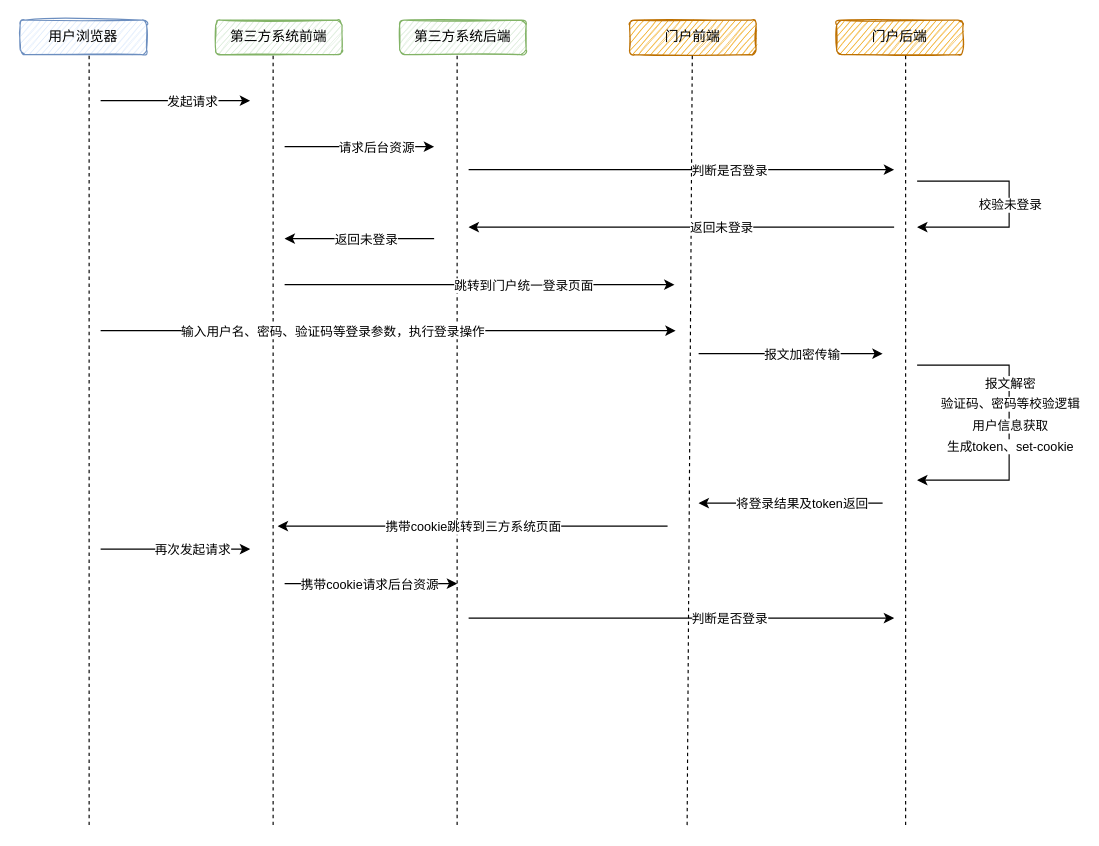
Earlier version of the draw.io diagram 单点登录流程oauth2.drawio (Aias00/drawio). Source tidied: cells renumbered, new cells numbered last; positions are measured from the earlier drawing's top-left corner, leaving out a move shared by most shapes. Both pictures are drawn from the tidied source at 115%, with x=0, y=0 at pixel (20, 20).
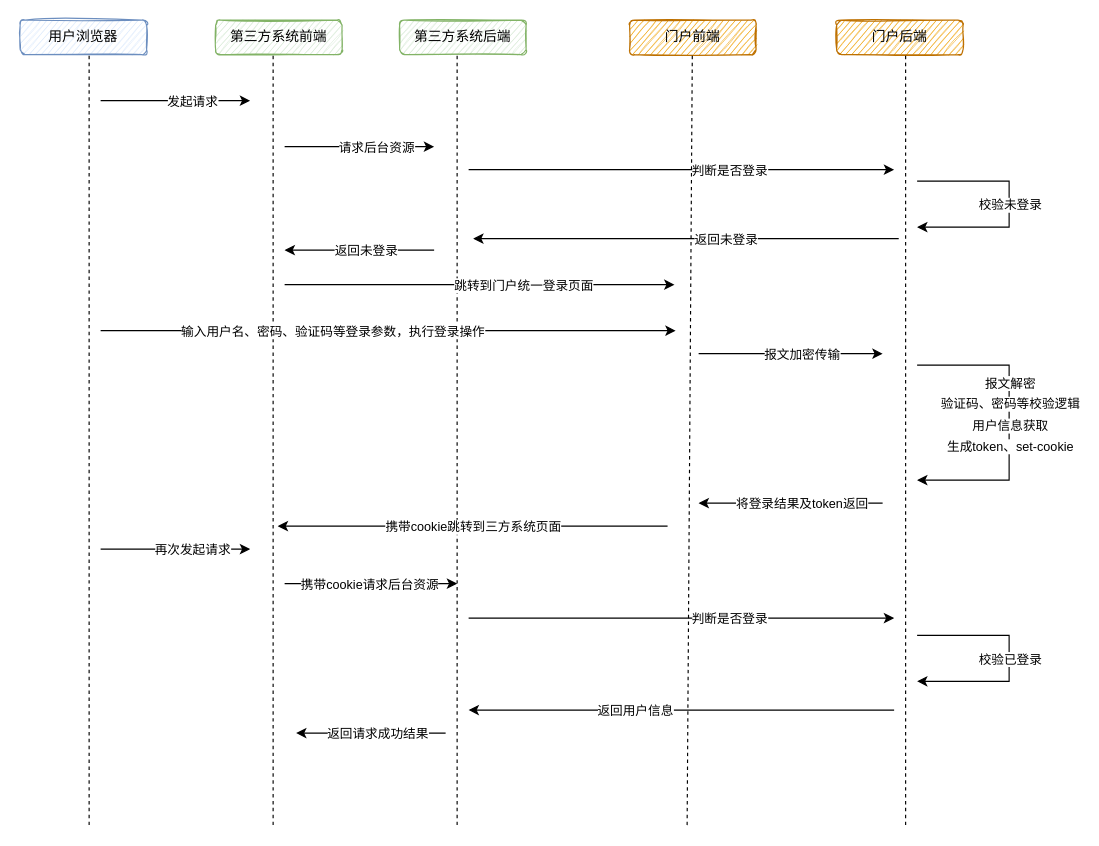
Above is the later version.

Commit message (it also covers changes not shown here):
更新单点登录流程oauth2.drawio

Change to the diagram source:
```diff
@@
     <mxCell id="18" style="endArrow=classic;html=1;rounded=0;" parent="1" edge="1">
       <mxGeometry relative="1" as="geometry">
-        <mxPoint x="760" y="180" as="sourcePoint" />
-        <mxPoint x="390" y="180" as="targetPoint" />
+        <mxPoint x="764" y="190" as="sourcePoint" />
+        <mxPoint x="394" y="190" as="targetPoint" />
       </mxGeometry>
     </mxCell>
@@
     <mxCell id="20" style="endArrow=classic;html=1;rounded=0;" parent="1" edge="1">
       <mxGeometry relative="1" as="geometry">
-        <mxPoint x="360" y="190" as="sourcePoint" />
-        <mxPoint x="230" y="190" as="targetPoint" />
+        <mxPoint x="360" y="200" as="sourcePoint" />
+        <mxPoint x="230" y="200" as="targetPoint" />
       </mxGeometry>
     </mxCell>
@@
+    <mxCell id="45" style="endArrow=classic;html=1;rounded=0;edgeStyle=elbowEdgeStyle;" parent="1" edge="1">
+      <mxGeometry relative="1" as="geometry">
+        <mxPoint x="780" y="535" as="sourcePoint" />
+        <mxPoint x="780" y="575" as="targetPoint" />
+        <Array as="points">
+          <mxPoint x="860" y="555" />
+        </Array>
+      </mxGeometry>
+    </mxCell>
+    <mxCell id="46" value="校验已登录" style="edgeLabel;html=1;align=center;verticalAlign=middle;" parent="45" vertex="1">
+      <mxGeometry x="-0.52" y="-2" relative="1" as="geometry">
+        <mxPoint x="32" y="18" as="offset" />
+      </mxGeometry>
+    </mxCell>
+    <mxCell id="47" style="endArrow=classic;html=1;rounded=0;" parent="1" edge="1">
+      <mxGeometry relative="1" as="geometry">
+        <mxPoint x="760" y="600" as="sourcePoint" />
+        <mxPoint x="390" y="600" as="targetPoint" />
+      </mxGeometry>
+    </mxCell>
+    <mxCell id="48" value="返回用户信息" style="edgeLabel;html=1;align=center;verticalAlign=middle;" parent="47" vertex="1">
+      <mxGeometry x="0.22" relative="1" as="geometry" />
+    </mxCell>
+    <mxCell id="49" style="endArrow=classic;html=1;rounded=0;" parent="1" edge="1">
+      <mxGeometry relative="1" as="geometry">
+        <mxPoint x="370" y="620" as="sourcePoint" />
+        <mxPoint x="240" y="620" as="targetPoint" />
+      </mxGeometry>
+    </mxCell>
+    <mxCell id="50" value="返回请求成功结果" style="edgeLabel;html=1;align=center;verticalAlign=middle;" parent="49" vertex="1">
+      <mxGeometry x="0.22" relative="1" as="geometry">
+        <mxPoint x="19" as="offset" />
+      </mxGeometry>
+    </mxCell>
```
